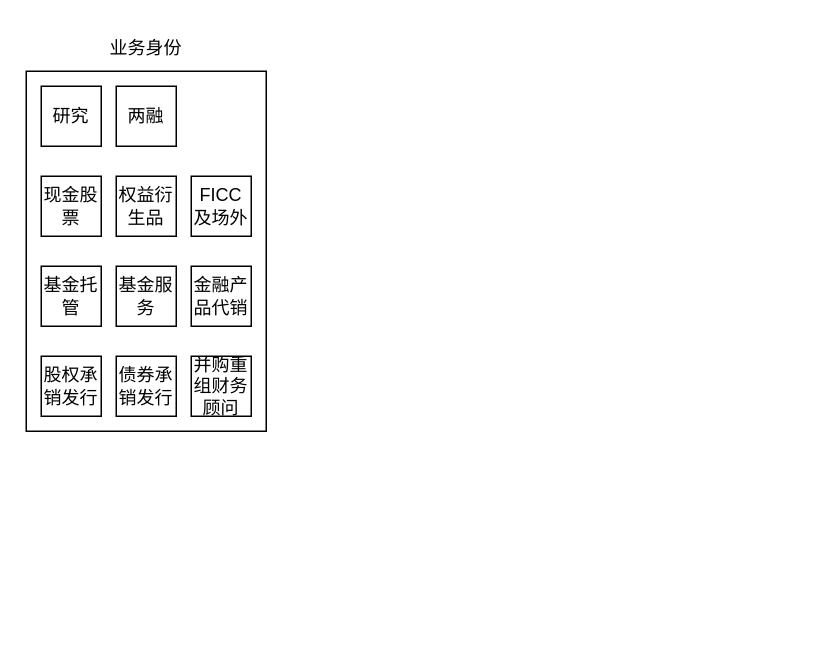
Earlier version of the draw.io diagram 机构业务MEAF全图.drawio (JJFatherL/shuzhuantu). Source tidied: cells renumbered, new cells numbered last; positions are measured from the earlier drawing's top-left corner, leaving out a move shared by most shapes. Both pictures are drawn from the tidied source at 150%, with x=0, y=0 at pixel (26, 26).
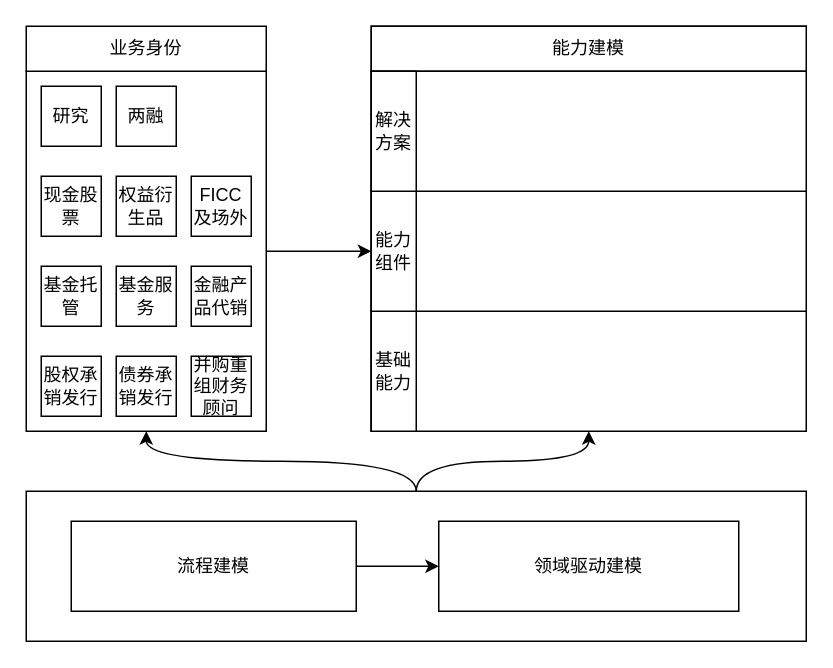
The same page after the edit.

Commit message (it also covers changes not shown here):
更新机构业务MEAF全图.drawio

The change refers to these unchanged cells:
```xml
<mxCell id="2" style="rounded=0;whiteSpace=wrap;html=1;" parent="1" vertex="1">
  <mxGeometry y="30" width="160" height="240" as="geometry" />
</mxCell>
```

Diff of the diagram source:
```diff
@@
+    <mxCell id="15" style="edgeStyle=orthogonalEdgeStyle;curved=1;rounded=0;jettySize=auto;html=1;exitX=1;exitY=0.5;exitDx=0;exitDy=0;entryX=0;entryY=0.5;entryDx=0;entryDy=0;" parent="1" edge="1" source="2" target="22">
+      <mxGeometry relative="1" as="geometry" />
+    </mxCell>
@@
-    <mxCell id="14" value="业务身份" style="text;html=1;strokeColor=none;fillColor=none;align=center;verticalAlign=middle;whiteSpace=wrap;rounded=0;" parent="1" vertex="1">
-      <mxGeometry x="50" width="60" height="30" as="geometry" />
+    <mxCell id="14" value="业务身份" style="rounded=0;whiteSpace=wrap;html=1;" parent="1" vertex="1">
+      <mxGeometry width="160" height="30" as="geometry" />
     </mxCell>
+    <mxCell id="16" style="rounded=0;whiteSpace=wrap;html=1;" parent="1" vertex="1">
+      <mxGeometry x="230" width="290" height="270" as="geometry" />
+    </mxCell>
+    <mxCell id="17" value="能力建模" style="rounded=0;whiteSpace=wrap;html=1;" parent="1" vertex="1">
+      <mxGeometry x="230" width="290" height="30" as="geometry" />
+    </mxCell>
+    <mxCell id="18" style="rounded=0;whiteSpace=wrap;html=1;" parent="1" vertex="1">
+      <mxGeometry x="230" y="190" width="290" height="80" as="geometry" />
+    </mxCell>
+    <mxCell id="19" style="rounded=0;whiteSpace=wrap;html=1;" parent="1" vertex="1">
+      <mxGeometry x="230" y="110" width="290" height="80" as="geometry" />
+    </mxCell>
+    <mxCell id="20" style="rounded=0;whiteSpace=wrap;html=1;" parent="1" vertex="1">
+      <mxGeometry x="230" y="30" width="290" height="80" as="geometry" />
+    </mxCell>
+    <mxCell id="21" value="基础能力" style="rounded=0;whiteSpace=wrap;html=1;" parent="1" vertex="1">
+      <mxGeometry x="230" y="190" width="30" height="80" as="geometry" />
+    </mxCell>
+    <mxCell id="22" value="能力组件" style="rounded=0;whiteSpace=wrap;html=1;" parent="1" vertex="1">
+      <mxGeometry x="230" y="110" width="30" height="80" as="geometry" />
+    </mxCell>
+    <mxCell id="23" value="解决方案" style="rounded=0;whiteSpace=wrap;html=1;" parent="1" vertex="1">
+      <mxGeometry x="230" y="30" width="30" height="80" as="geometry" />
+    </mxCell>
+    <mxCell id="24" style="group;" parent="1" vertex="1">
+      <mxGeometry y="310" width="520" height="100" as="geometry" />
+    </mxCell>
+    <mxCell id="25" style="rounded=0;whiteSpace=wrap;html=1;" parent="24" vertex="1">
+      <mxGeometry width="520" height="100" as="geometry" />
+    </mxCell>
+    <mxCell id="26" value="流程建模" style="rounded=0;whiteSpace=wrap;html=1;" parent="24" vertex="1">
+      <mxGeometry x="30" y="20" width="190" height="60" as="geometry" />
+    </mxCell>
+    <mxCell id="27" value="领域驱动建模" style="rounded=0;whiteSpace=wrap;html=1;" parent="24" vertex="1">
+      <mxGeometry x="275" y="20" width="200" height="60" as="geometry" />
+    </mxCell>
+    <mxCell id="28" style="edgeStyle=orthogonalEdgeStyle;curved=1;rounded=0;jettySize=auto;html=1;exitX=1;exitY=0.5;exitDx=0;exitDy=0;entryX=0;entryY=0.5;entryDx=0;entryDy=0;" parent="24" edge="1" source="26" target="27">
+      <mxGeometry relative="1" as="geometry" />
+    </mxCell>
+    <mxCell id="29" style="edgeStyle=orthogonalEdgeStyle;curved=1;rounded=0;jettySize=auto;html=1;exitX=0.5;exitY=0;exitDx=0;exitDy=0;entryX=0.5;entryY=1;entryDx=0;entryDy=0;" parent="1" edge="1" source="25" target="2">
+      <mxGeometry relative="1" as="geometry" />
+    </mxCell>
+    <mxCell id="30" style="edgeStyle=orthogonalEdgeStyle;curved=1;rounded=0;jettySize=auto;html=1;exitX=0.5;exitY=0;exitDx=0;exitDy=0;entryX=0.5;entryY=1;entryDx=0;entryDy=0;" parent="1" edge="1" source="25" target="18">
+      <mxGeometry relative="1" as="geometry" />
+    </mxCell>
```
